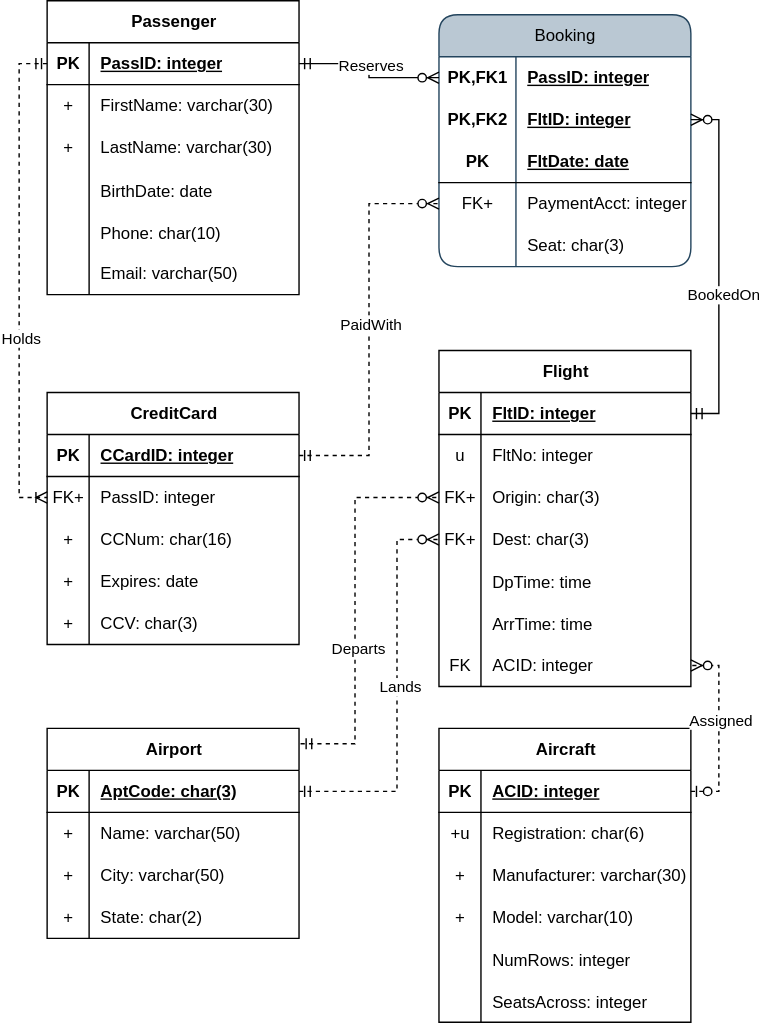
Above: grasshopper.svg in phbrownacmorg/csc305fa25 (draw.io), before the change. Source tidied: cells renumbered, new cells last; positions are measured from the earlier drawing's top-left corner, leaving out a move shared by most shapes.
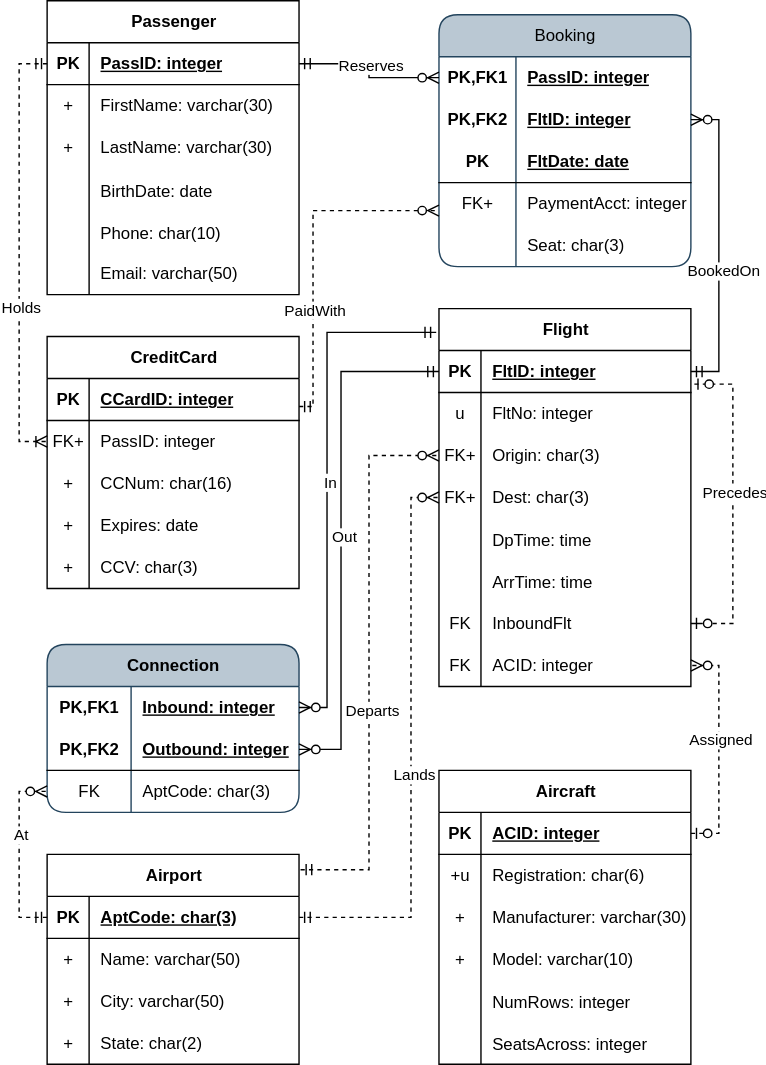
Later version of the same file.

Commit message:
ERD's: self-referencing relationships, generalization hierarchies

What changed in the source:
```diff
@@ -60,7 +60,7 @@
       <mxGeometry x="30" width="150" height="30" as="geometry" />
     </mxCell>
     <mxCell id="21" value="CreditCard" style="shape=table;startSize=30;rowLines=0;fontStyle=1;align=center;html=1;" parent="1" vertex="1">
-      <mxGeometry x="20" y="280" width="180" height="180" as="geometry" />
+      <mxGeometry x="20" y="240" width="180" height="180" as="geometry" />
     </mxCell>
     <mxCell id="22" style="shape=tableRow;horizontal=0;startSize=0;swimlaneHead=0;swimlaneBody=0;fillColor=none;points=[[0,0.5],[1,0.5]];portConstraint=eastwest;top=0;left=0;right=0;bottom=1;" parent="21" vertex="1">
       <mxGeometry y="30" width="180" height="30" as="geometry" />
@@ -120,7 +120,7 @@
       </mxGeometry>
     </mxCell>
     <mxCell id="39" value="Airport" style="shape=table;startSize=30;rowLines=0;fontStyle=1;align=center;html=1;" parent="1" vertex="1">
-      <mxGeometry x="20" y="520" width="180" height="150" as="geometry" />
+      <mxGeometry x="20" y="610" width="180" height="150" as="geometry" />
     </mxCell>
     <mxCell id="40" style="shape=tableRow;horizontal=0;startSize=0;swimlaneHead=0;swimlaneBody=0;fillColor=none;points=[[0,0.5],[1,0.5]];portConstraint=eastwest;top=0;left=0;right=0;bottom=1;" parent="39" vertex="1">
       <mxGeometry y="30" width="180" height="30" as="geometry" />
@@ -159,7 +159,7 @@
       <mxGeometry x="30" width="150" height="30" as="geometry" />
     </mxCell>
     <mxCell id="52" value="Aircraft" style="shape=table;startSize=30;rowLines=0;fontStyle=1;align=center;html=1;" parent="1" vertex="1">
-      <mxGeometry x="300" y="520" width="180" height="210" as="geometry" />
+      <mxGeometry x="300" y="550" width="180" height="210" as="geometry" />
     </mxCell>
     <mxCell id="53" style="shape=tableRow;horizontal=0;startSize=0;swimlaneHead=0;swimlaneBody=0;fillColor=none;points=[[0,0.5],[1,0.5]];portConstraint=eastwest;top=0;left=0;right=0;bottom=1;" parent="52" vertex="1">
       <mxGeometry y="30" width="180" height="30" as="geometry" />
@@ -216,7 +216,7 @@
       <mxGeometry x="30" width="150" height="30" as="geometry" />
     </mxCell>
     <mxCell id="71" value="Flight" style="shape=table;startSize=30;rowLines=0;fontStyle=1;align=center;html=1;" parent="1" vertex="1">
-      <mxGeometry x="300" y="250" width="180" height="240" as="geometry" />
+      <mxGeometry x="300" y="220" width="180" height="270" as="geometry" />
     </mxCell>
     <mxCell id="72" style="shape=tableRow;horizontal=0;startSize=0;swimlaneHead=0;swimlaneBody=0;fillColor=none;points=[[0,0.5],[1,0.5]];portConstraint=eastwest;top=0;left=0;right=0;bottom=1;" parent="71" vertex="1">
       <mxGeometry y="30" width="180" height="30" as="geometry" />
@@ -272,8 +272,17 @@
     <mxCell id="89" value="ArrTime: time" style="shape=partialRectangle;fillColor=none;top=0;left=0;bottom=0;right=0;align=left;spacingLeft=6;overflow=hidden;" parent="87" vertex="1">
       <mxGeometry x="30" width="150" height="30" as="geometry" />
     </mxCell>
+    <mxCell id="121" style="shape=tableRow;horizontal=0;startSize=0;swimlaneHead=0;swimlaneBody=0;fillColor=none;points=[[0,0.5],[1,0.5]];portConstraint=eastwest;top=0;left=0;right=0;bottom=0;" parent="71" vertex="1">
+      <mxGeometry y="210" width="180" height="30" as="geometry" />
+    </mxCell>
+    <mxCell id="122" value="FK" style="shape=partialRectangle;fillColor=none;top=0;left=0;bottom=0;right=0;fontStyle=0;overflow=hidden;whiteSpace=wrap;html=1;" parent="121" vertex="1">
+      <mxGeometry width="30" height="30" as="geometry" />
+    </mxCell>
+    <mxCell id="123" value="InboundFlt" style="shape=partialRectangle;fillColor=none;top=0;left=0;bottom=0;right=0;align=left;spacingLeft=6;fontStyle=0;overflow=hidden;whiteSpace=wrap;html=1;" parent="121" vertex="1">
+      <mxGeometry x="30" width="150" height="30" as="geometry" />
+    </mxCell>
     <mxCell id="90" style="shape=tableRow;horizontal=0;startSize=0;swimlaneHead=0;swimlaneBody=0;fillColor=none;points=[[0,0.5],[1,0.5]];portConstraint=eastwest;top=0;left=0;right=0;bottom=0;" parent="71" vertex="1">
-      <mxGeometry y="210" width="180" height="30" as="geometry" />
+      <mxGeometry y="240" width="180" height="30" as="geometry" />
     </mxCell>
     <mxCell id="91" value="FK" style="shape=partialRectangle;fillColor=none;top=0;left=0;bottom=0;right=0;fontStyle=0;overflow=hidden;whiteSpace=wrap;html=1;" parent="90" vertex="1">
       <mxGeometry width="30" height="30" as="geometry" />
@@ -281,6 +290,16 @@
     <mxCell id="92" value="ACID: integer" style="shape=partialRectangle;fillColor=none;top=0;left=0;bottom=0;right=0;align=left;spacingLeft=6;fontStyle=0;overflow=hidden;whiteSpace=wrap;html=1;" parent="90" vertex="1">
       <mxGeometry x="30" width="150" height="30" as="geometry" />
     </mxCell>
+    <mxCell id="124" style="edgeStyle=elbowEdgeStyle;fontSize=12;html=1;endArrow=ERzeroToOne;startArrow=ERzeroToOne;rounded=0;entryX=1.006;entryY=0.8;entryDx=0;entryDy=0;entryPerimeter=0;exitX=1;exitY=0.5;exitDx=0;exitDy=0;startFill=0;dashed=1;" parent="71" edge="1" source="121" target="72">
+      <mxGeometry relative="1" as="geometry">
+        <Array as="points">
+          <mxPoint x="210" y="140" />
+        </Array>
+      </mxGeometry>
+    </mxCell>
+    <mxCell id="125" value="Precedes" style="edgeLabel;html=1;align=center;verticalAlign=middle;" parent="124" vertex="1">
+      <mxGeometry x="0.09" relative="1" as="geometry" />
+    </mxCell>
     <mxCell id="93" style="edgeStyle=elbowEdgeStyle;fontSize=12;html=1;endArrow=ERzeroToMany;startArrow=ERzeroToOne;rounded=0;exitX=1;exitY=0.5;exitDx=0;exitDy=0;entryX=1;entryY=0.5;entryDx=0;entryDy=0;dashed=1;" parent="1" edge="1" source="53" target="90">
       <mxGeometry relative="1" as="geometry">
         <Array as="points">
@@ -294,25 +313,26 @@
     <mxCell id="95" style="edgeStyle=elbowEdgeStyle;fontSize=12;html=1;endArrow=ERzeroToMany;startArrow=ERmandOne;rounded=0;entryX=0;entryY=0.5;entryDx=0;entryDy=0;exitX=1;exitY=0.5;exitDx=0;exitDy=0;dashed=1;" parent="1" edge="1" source="40" target="81">
       <mxGeometry relative="1" as="geometry">
         <Array as="points">
-          <mxPoint x="270" y="480" />
+          <mxPoint x="280" y="500" />
         </Array>
       </mxGeometry>
     </mxCell>
     <mxCell id="96" value="Lands" style="edgeLabel;html=1;align=center;verticalAlign=middle;" parent="95" vertex="1">
       <mxGeometry x="0.15" y="-1" relative="1" as="geometry">
-        <mxPoint y="14" as="offset" />
+        <mxPoint y="46" as="offset" />
       </mxGeometry>
     </mxCell>
     <mxCell id="97" style="edgeStyle=elbowEdgeStyle;fontSize=12;html=1;endArrow=ERzeroToMany;startArrow=ERmandOne;rounded=0;entryX=0;entryY=0.5;entryDx=0;entryDy=0;exitX=1.006;exitY=0.073;exitDx=0;exitDy=0;exitPerimeter=0;dashed=1;" parent="1" edge="1" source="39" target="78">
       <mxGeometry relative="1" as="geometry">
         <Array as="points">
+          <mxPoint x="250" y="560" />
           <mxPoint x="240" y="450" />
         </Array>
       </mxGeometry>
     </mxCell>
     <mxCell id="98" value="Departs" style="edgeLabel;html=1;align=center;verticalAlign=middle;" parent="97" vertex="1">
       <mxGeometry x="-0.25" y="-1" relative="1" as="geometry">
-        <mxPoint y="-4" as="offset" />
+        <mxPoint y="-14" as="offset" />
       </mxGeometry>
     </mxCell>
     <mxCell id="99" value="&lt;span style=&quot;font-weight: normal;&quot;&gt;Booking&lt;/span&gt;" style="shape=table;startSize=30;rowLines=0;fontStyle=1;align=center;html=1;whiteSpace=wrap;rounded=1;fillColor=#bac8d3;strokeColor=#23445d;" parent="1" vertex="1">
@@ -381,13 +401,79 @@
         <mxPoint x="5" y="1" as="offset" />
       </mxGeometry>
     </mxCell>
-    <mxCell id="119" style="edgeStyle=elbowEdgeStyle;fontSize=12;html=1;endArrow=ERzeroToMany;startArrow=ERmandOne;rounded=0;entryX=0;entryY=0.5;entryDx=0;entryDy=0;exitX=1;exitY=0.5;exitDx=0;exitDy=0;elbow=horizontal;dashed=1;" parent="1" edge="1" source="22" target="109">
-      <mxGeometry relative="1" as="geometry" />
+    <mxCell id="119" style="edgeStyle=elbowEdgeStyle;fontSize=12;html=1;endArrow=ERzeroToMany;startArrow=ERmandOne;rounded=0;entryX=0;entryY=0.5;entryDx=0;entryDy=0;exitX=1;exitY=0.5;exitDx=0;exitDy=0;elbow=horizontal;dashed=1;" parent="1" edge="1">
+      <mxGeometry relative="1" as="geometry">
+        <mxPoint x="200" y="290" as="sourcePoint" />
+        <mxPoint x="300" y="150" as="targetPoint" />
+        <Array as="points">
+          <mxPoint x="210" y="215" />
+        </Array>
+      </mxGeometry>
     </mxCell>
     <mxCell id="120" value="PaidWith" style="edgeLabel;html=1;align=center;verticalAlign=middle;" parent="119" vertex="1">
       <mxGeometry x="0.17" relative="1" as="geometry">
-        <mxPoint y="19" as="offset" />
+        <mxPoint y="61" as="offset" />
       </mxGeometry>
     </mxCell>
+    <mxCell id="126" value="Connection" style="shape=table;startSize=30;rowLines=0;fontStyle=1;align=center;html=1;whiteSpace=wrap;rounded=1;fillColor=#bac8d3;strokeColor=#23445d;" parent="1" vertex="1">
+      <mxGeometry x="20" y="460" width="180" height="120" as="geometry" />
+    </mxCell>
+    <mxCell id="127" style="shape=tableRow;horizontal=0;startSize=0;swimlaneHead=0;swimlaneBody=0;fillColor=none;points=[[0,0.5],[1,0.5]];portConstraint=eastwest;top=0;left=0;right=0;bottom=0;html=1;" parent="126" vertex="1">
+      <mxGeometry y="30" width="180" height="30" as="geometry" />
+    </mxCell>
+    <mxCell id="128" value="PK,FK1" style="shape=partialRectangle;fillColor=none;top=0;left=0;bottom=0;right=0;fontStyle=1;overflow=hidden;html=1;whiteSpace=wrap;" parent="127" vertex="1">
+      <mxGeometry width="60" height="30" as="geometry" />
+    </mxCell>
+    <mxCell id="129" value="Inbound: integer" style="shape=partialRectangle;fillColor=none;top=0;left=0;bottom=0;right=0;align=left;spacingLeft=6;fontStyle=5;overflow=hidden;html=1;whiteSpace=wrap;" parent="127" vertex="1">
+      <mxGeometry x="60" width="120" height="30" as="geometry" />
+    </mxCell>
+    <mxCell id="130" style="shape=tableRow;horizontal=0;startSize=0;swimlaneHead=0;swimlaneBody=0;fillColor=none;points=[[0,0.5],[1,0.5]];portConstraint=eastwest;top=0;left=0;right=0;bottom=1;html=1;" parent="126" vertex="1">
+      <mxGeometry y="60" width="180" height="30" as="geometry" />
+    </mxCell>
+    <mxCell id="131" value="PK,FK2" style="shape=partialRectangle;fillColor=none;top=0;left=0;bottom=0;right=0;fontStyle=1;overflow=hidden;html=1;whiteSpace=wrap;" parent="130" vertex="1">
+      <mxGeometry width="60" height="30" as="geometry" />
+    </mxCell>
+    <mxCell id="132" value="Outbound: integer" style="shape=partialRectangle;fillColor=none;top=0;left=0;bottom=0;right=0;align=left;spacingLeft=6;fontStyle=5;overflow=hidden;html=1;whiteSpace=wrap;" parent="130" vertex="1">
+      <mxGeometry x="60" width="120" height="30" as="geometry" />
+    </mxCell>
+    <mxCell id="133" style="shape=tableRow;horizontal=0;startSize=0;swimlaneHead=0;swimlaneBody=0;fillColor=none;points=[[0,0.5],[1,0.5]];portConstraint=eastwest;top=0;left=0;right=0;bottom=0;" parent="126" vertex="1">
+      <mxGeometry y="90" width="180" height="30" as="geometry" />
+    </mxCell>
+    <mxCell id="134" value="FK" style="shape=partialRectangle;fillColor=none;top=0;left=0;bottom=0;right=0;fontStyle=0;overflow=hidden;whiteSpace=wrap;html=1;" parent="133" vertex="1">
+      <mxGeometry width="60" height="30" as="geometry" />
+    </mxCell>
+    <mxCell id="135" value="AptCode: char(3)" style="shape=partialRectangle;fillColor=none;top=0;left=0;bottom=0;right=0;align=left;spacingLeft=6;fontStyle=0;overflow=hidden;whiteSpace=wrap;html=1;" parent="133" vertex="1">
+      <mxGeometry x="60" width="120" height="30" as="geometry" />
+    </mxCell>
+    <mxCell id="136" style="edgeStyle=elbowEdgeStyle;fontSize=12;html=1;endArrow=ERzeroToMany;startArrow=ERmandOne;rounded=0;exitX=-0.011;exitY=0.063;exitDx=0;exitDy=0;exitPerimeter=0;entryX=1;entryY=0.5;entryDx=0;entryDy=0;" parent="1" edge="1" source="71" target="127">
+      <mxGeometry relative="1" as="geometry">
+        <Array as="points">
+          <mxPoint x="220" y="370" />
+        </Array>
+      </mxGeometry>
+    </mxCell>
+    <mxCell id="137" value="In" style="edgeLabel;html=1;align=center;verticalAlign=middle;" parent="136" vertex="1">
+      <mxGeometry x="0.01" y="1" relative="1" as="geometry" />
+    </mxCell>
+    <mxCell id="138" style="edgeStyle=elbowEdgeStyle;fontSize=12;html=1;endArrow=ERzeroToMany;startArrow=ERmandOne;rounded=0;exitX=0;exitY=0.5;exitDx=0;exitDy=0;entryX=1;entryY=0.5;entryDx=0;entryDy=0;" parent="1" edge="1" source="72" target="130">
+      <mxGeometry relative="1" as="geometry">
+        <Array as="points">
+          <mxPoint x="230" y="400" />
+        </Array>
+      </mxGeometry>
+    </mxCell>
+    <mxCell id="139" value="Out" style="edgeLabel;html=1;align=center;verticalAlign=middle;" parent="138" vertex="1">
+      <mxGeometry x="0.01" y="1" relative="1" as="geometry" />
+    </mxCell>
+    <mxCell id="140" style="edgeStyle=elbowEdgeStyle;fontSize=12;html=1;endArrow=ERzeroToMany;startArrow=ERmandOne;rounded=0;exitX=0;exitY=0.5;exitDx=0;exitDy=0;entryX=0;entryY=0.5;entryDx=0;entryDy=0;dashed=1;" parent="1" edge="1" source="40" target="133">
+      <mxGeometry relative="1" as="geometry">
+        <Array as="points">
+          <mxPoint y="610" />
+        </Array>
+      </mxGeometry>
+    </mxCell>
+    <mxCell id="141" value="At" style="edgeLabel;html=1;align=center;verticalAlign=middle;" parent="140" vertex="1">
+      <mxGeometry x="0.23" relative="1" as="geometry" />
+    </mxCell>
   </root>
 </mxGraphModel>
```
